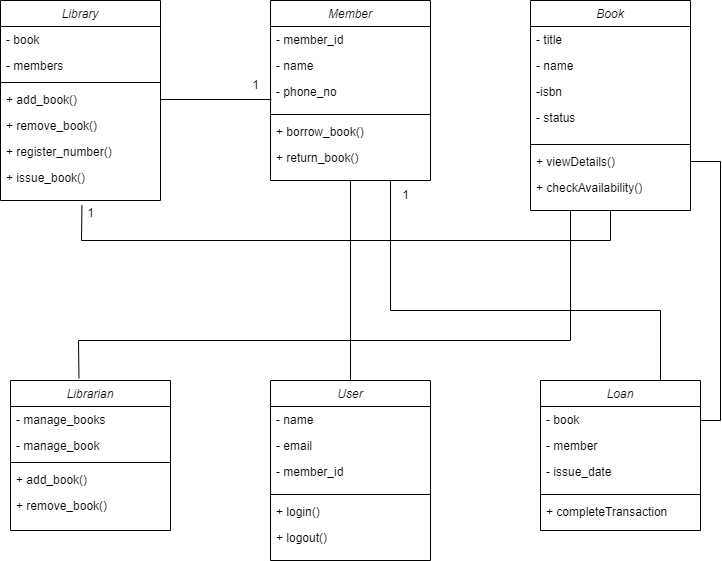
Above: Diagrams/22UG1-0323_ClassDiagram.png in nethmininaduni/LibraryManagementSystem (draw.io), before the change. Source tidied: cells renumbered, new cells last; positions are measured from the earlier drawing's top-left corner, leaving out a move shared by most shapes.
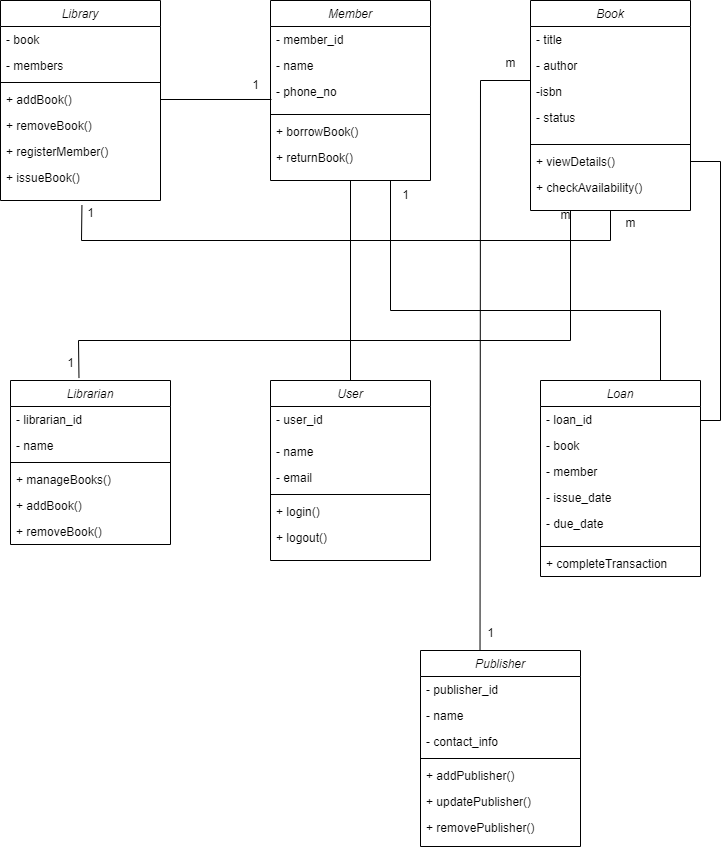
Later version of the same file.

The edit, as a diff of the source:
```diff
@@ -14,16 +14,16 @@
     <mxCell id="5" style="line;html=1;strokeWidth=1;align=left;verticalAlign=middle;spacingTop=-1;spacingLeft=3;spacingRight=3;labelPosition=right;" parent="2" vertex="1">
       <mxGeometry y="78" width="160" height="8" as="geometry" />
     </mxCell>
-    <mxCell id="6" value="+ add_book()" style="text;align=left;verticalAlign=top;spacingLeft=4;spacingRight=4;overflow=hidden;points=[[0,0.5],[1,0.5]];portConstraint=eastwest;" parent="2" vertex="1">
+    <mxCell id="6" value="+ addBook()" style="text;align=left;verticalAlign=top;spacingLeft=4;spacingRight=4;overflow=hidden;points=[[0,0.5],[1,0.5]];portConstraint=eastwest;" parent="2" vertex="1">
       <mxGeometry y="86" width="160" height="26" as="geometry" />
     </mxCell>
-    <mxCell id="7" value="+ remove_book()" style="text;align=left;verticalAlign=top;spacingLeft=4;spacingRight=4;overflow=hidden;" parent="2" vertex="1">
+    <mxCell id="7" value="+ removeBook()" style="text;align=left;verticalAlign=top;spacingLeft=4;spacingRight=4;overflow=hidden;" parent="2" vertex="1">
       <mxGeometry y="112" width="160" height="26" as="geometry" />
     </mxCell>
-    <mxCell id="8" value="+ register_number()" style="text;align=left;verticalAlign=top;spacingLeft=4;spacingRight=4;overflow=hidden;" parent="2" vertex="1">
+    <mxCell id="8" value="+ registerMember()" style="text;align=left;verticalAlign=top;spacingLeft=4;spacingRight=4;overflow=hidden;" parent="2" vertex="1">
       <mxGeometry y="138" width="160" height="26" as="geometry" />
     </mxCell>
-    <mxCell id="9" value="+ issue_book()" style="text;align=left;verticalAlign=top;spacingLeft=4;spacingRight=4;overflow=hidden;points=[[0,0.5],[1,0.5]];portConstraint=eastwest;" parent="2" vertex="1">
+    <mxCell id="9" value="+ issueBook()" style="text;align=left;verticalAlign=top;spacingLeft=4;spacingRight=4;overflow=hidden;points=[[0,0.5],[1,0.5]];portConstraint=eastwest;" parent="2" vertex="1">
       <mxGeometry y="164" width="160" height="36" as="geometry" />
     </mxCell>
     <mxCell id="10" value="Member" style="swimlane;fontStyle=2;align=center;verticalAlign=top;horizontal=1;startSize=26;rounded=0;shadow=0;strokeWidth=1;" parent="1" vertex="1">
@@ -41,10 +41,10 @@
     <mxCell id="14" style="line;html=1;strokeWidth=1;align=left;verticalAlign=middle;spacingTop=-1;spacingLeft=3;spacingRight=3;labelPosition=right;" parent="10" vertex="1">
       <mxGeometry y="110" width="160" height="8" as="geometry" />
     </mxCell>
-    <mxCell id="15" value="+ borrow_book()" style="text;align=left;verticalAlign=top;spacingLeft=4;spacingRight=4;overflow=hidden;" parent="10" vertex="1">
+    <mxCell id="15" value="+ borrowBook()" style="text;align=left;verticalAlign=top;spacingLeft=4;spacingRight=4;overflow=hidden;" parent="10" vertex="1">
       <mxGeometry y="118" width="160" height="26" as="geometry" />
     </mxCell>
-    <mxCell id="16" value="+ return_book()" style="text;align=left;verticalAlign=top;spacingLeft=4;spacingRight=4;overflow=hidden;" parent="10" vertex="1">
+    <mxCell id="16" value="+ returnBook()" style="text;align=left;verticalAlign=top;spacingLeft=4;spacingRight=4;overflow=hidden;" parent="10" vertex="1">
       <mxGeometry y="144" width="160" height="26" as="geometry" />
     </mxCell>
     <mxCell id="17" value="Book" style="swimlane;fontStyle=2;align=center;verticalAlign=top;horizontal=1;startSize=26;rounded=0;shadow=0;strokeWidth=1;" parent="1" vertex="1">
@@ -53,7 +53,7 @@
     <mxCell id="18" value="- title" style="text;align=left;verticalAlign=top;spacingLeft=4;spacingRight=4;overflow=hidden;" parent="17" vertex="1">
       <mxGeometry y="26" width="160" height="26" as="geometry" />
     </mxCell>
-    <mxCell id="19" value="- name" style="text;align=left;verticalAlign=top;spacingLeft=4;spacingRight=4;overflow=hidden;" parent="17" vertex="1">
+    <mxCell id="19" value="- author" style="text;align=left;verticalAlign=top;spacingLeft=4;spacingRight=4;overflow=hidden;" parent="17" vertex="1">
       <mxGeometry y="52" width="160" height="26" as="geometry" />
     </mxCell>
     <mxCell id="20" value="-isbn" style="text;align=left;verticalAlign=top;spacingLeft=4;spacingRight=4;overflow=hidden;" parent="17" vertex="1">
@@ -72,35 +72,38 @@
       <mxGeometry y="174" width="160" height="26" as="geometry" />
     </mxCell>
     <mxCell id="25" value="Librarian" style="swimlane;fontStyle=2;align=center;verticalAlign=top;horizontal=1;startSize=26;rounded=0;shadow=0;strokeWidth=1;" parent="1" vertex="1">
-      <mxGeometry x="10" y="380" width="160" height="150" as="geometry" />
+      <mxGeometry x="10" y="380" width="160" height="164" as="geometry" />
     </mxCell>
-    <mxCell id="26" value="- manage_books" style="text;align=left;verticalAlign=top;spacingLeft=4;spacingRight=4;overflow=hidden;" parent="25" vertex="1">
+    <mxCell id="26" value="- librarian_id" style="text;align=left;verticalAlign=top;spacingLeft=4;spacingRight=4;overflow=hidden;" parent="25" vertex="1">
       <mxGeometry y="26" width="160" height="26" as="geometry" />
     </mxCell>
-    <mxCell id="27" value="- manage_book" style="text;align=left;verticalAlign=top;spacingLeft=4;spacingRight=4;overflow=hidden;" parent="25" vertex="1">
+    <mxCell id="27" value="- name" style="text;align=left;verticalAlign=top;spacingLeft=4;spacingRight=4;overflow=hidden;" parent="25" vertex="1">
       <mxGeometry y="52" width="160" height="26" as="geometry" />
     </mxCell>
     <mxCell id="28" style="line;html=1;strokeWidth=1;align=left;verticalAlign=middle;spacingTop=-1;spacingLeft=3;spacingRight=3;labelPosition=right;" parent="25" vertex="1">
       <mxGeometry y="78" width="160" height="8" as="geometry" />
     </mxCell>
+    <mxCell id="53" value="+ manageBooks()" style="text;align=left;verticalAlign=top;spacingLeft=4;spacingRight=4;overflow=hidden;" parent="25" vertex="1">
+      <mxGeometry y="86" width="160" height="26" as="geometry" />
+    </mxCell>
-    <mxCell id="29" value="+ add_book()" style="text;align=left;verticalAlign=top;spacingLeft=4;spacingRight=4;overflow=hidden;" parent="25" vertex="1">
-      <mxGeometry y="86" width="160" height="26" as="geometry" />
+    <mxCell id="29" value="+ addBook()" style="text;align=left;verticalAlign=top;spacingLeft=4;spacingRight=4;overflow=hidden;" parent="25" vertex="1">
+      <mxGeometry y="112" width="160" height="26" as="geometry" />
     </mxCell>
-    <mxCell id="30" value="+ remove_book()" style="text;align=left;verticalAlign=top;spacingLeft=4;spacingRight=4;overflow=hidden;" parent="25" vertex="1">
-      <mxGeometry y="112" width="160" height="26" as="geometry" />
+    <mxCell id="30" value="+ removeBook()" style="text;align=left;verticalAlign=top;spacingLeft=4;spacingRight=4;overflow=hidden;" parent="25" vertex="1">
+      <mxGeometry y="138" width="160" height="26" as="geometry" />
     </mxCell>
     <mxCell id="31" value="User" style="swimlane;fontStyle=2;align=center;verticalAlign=top;horizontal=1;startSize=26;rounded=0;shadow=0;strokeWidth=1;" parent="1" vertex="1">
       <mxGeometry x="270" y="380" width="160" height="180" as="geometry" />
     </mxCell>
+    <mxCell id="54" value="- user_id" style="text;align=left;verticalAlign=top;spacingLeft=4;spacingRight=4;overflow=hidden;rounded=0;shadow=0;html=0;" parent="31" vertex="1">
+      <mxGeometry y="26" width="160" height="32" as="geometry" />
+    </mxCell>
     <mxCell id="32" value="- name" style="text;align=left;verticalAlign=top;spacingLeft=4;spacingRight=4;overflow=hidden;" parent="31" vertex="1">
-      <mxGeometry y="26" width="160" height="26" as="geometry" />
+      <mxGeometry y="58" width="160" height="26" as="geometry" />
     </mxCell>
     <mxCell id="33" value="- email" style="text;align=left;verticalAlign=top;spacingLeft=4;spacingRight=4;overflow=hidden;" parent="31" vertex="1">
-      <mxGeometry y="52" width="160" height="26" as="geometry" />
+      <mxGeometry y="84" width="160" height="26" as="geometry" />
     </mxCell>
-    <mxCell id="34" value="- member_id" style="text;align=left;verticalAlign=top;spacingLeft=4;spacingRight=4;overflow=hidden;rounded=0;shadow=0;html=0;" parent="31" vertex="1">
-      <mxGeometry y="78" width="160" height="32" as="geometry" />
-    </mxCell>
     <mxCell id="35" style="line;html=1;strokeWidth=1;align=left;verticalAlign=middle;spacingTop=-1;spacingLeft=3;spacingRight=3;labelPosition=right;" parent="31" vertex="1">
       <mxGeometry y="110" width="160" height="8" as="geometry" />
     </mxCell>
@@ -111,22 +114,28 @@
       <mxGeometry y="144" width="160" height="26" as="geometry" />
     </mxCell>
     <mxCell id="38" value="Loan" style="swimlane;fontStyle=2;align=center;verticalAlign=top;horizontal=1;startSize=26;rounded=0;shadow=0;strokeWidth=1;" parent="1" vertex="1">
-      <mxGeometry x="540" y="380" width="160" height="150" as="geometry" />
+      <mxGeometry x="540" y="380" width="160" height="196" as="geometry" />
     </mxCell>
-    <mxCell id="39" value="- book" style="text;align=left;verticalAlign=top;spacingLeft=4;spacingRight=4;overflow=hidden;" parent="38" vertex="1">
+    <mxCell id="39" value="- loan_id" style="text;align=left;verticalAlign=top;spacingLeft=4;spacingRight=4;overflow=hidden;" parent="38" vertex="1">
       <mxGeometry y="26" width="160" height="26" as="geometry" />
     </mxCell>
+    <mxCell id="55" value="- book" style="text;align=left;verticalAlign=top;spacingLeft=4;spacingRight=4;overflow=hidden;" parent="38" vertex="1">
+      <mxGeometry y="52" width="160" height="26" as="geometry" />
+    </mxCell>
+    <mxCell id="56" value="- member" style="text;align=left;verticalAlign=top;spacingLeft=4;spacingRight=4;overflow=hidden;" parent="38" vertex="1">
+      <mxGeometry y="78" width="160" height="26" as="geometry" />
+    </mxCell>
-    <mxCell id="40" value="- member" style="text;align=left;verticalAlign=top;spacingLeft=4;spacingRight=4;overflow=hidden;" parent="38" vertex="1">
-      <mxGeometry y="52" width="160" height="26" as="geometry" />
+    <mxCell id="40" value="- issue_date" style="text;align=left;verticalAlign=top;spacingLeft=4;spacingRight=4;overflow=hidden;" parent="38" vertex="1">
+      <mxGeometry y="104" width="160" height="26" as="geometry" />
     </mxCell>
-    <mxCell id="41" value="- issue_date" style="text;align=left;verticalAlign=top;spacingLeft=4;spacingRight=4;overflow=hidden;rounded=0;shadow=0;html=0;" parent="38" vertex="1">
-      <mxGeometry y="78" width="160" height="32" as="geometry" />
+    <mxCell id="41" value="- due_date" style="text;align=left;verticalAlign=top;spacingLeft=4;spacingRight=4;overflow=hidden;rounded=0;shadow=0;html=0;" parent="38" vertex="1">
+      <mxGeometry y="130" width="160" height="32" as="geometry" />
     </mxCell>
     <mxCell id="42" style="line;html=1;strokeWidth=1;align=left;verticalAlign=middle;spacingTop=-1;spacingLeft=3;spacingRight=3;labelPosition=right;" parent="38" vertex="1">
-      <mxGeometry y="110" width="160" height="8" as="geometry" />
+      <mxGeometry y="162" width="160" height="8" as="geometry" />
     </mxCell>
     <mxCell id="43" value="+ completeTransaction" style="text;align=left;verticalAlign=top;spacingLeft=4;spacingRight=4;overflow=hidden;" parent="38" vertex="1">
-      <mxGeometry y="118" width="160" height="26" as="geometry" />
+      <mxGeometry y="170" width="160" height="26" as="geometry" />
     </mxCell>
     <mxCell id="44" style="endArrow=none;html=1;rounded=0;exitX=0.509;exitY=1.129;exitDx=0;exitDy=0;exitPerimeter=0;entryX=0.5;entryY=1;entryDx=0;entryDy=0;" parent="1" edge="1" source="9" target="17">
       <mxGeometry relative="1" as="geometry">
@@ -176,5 +185,52 @@
     <mxCell id="52" value="1" style="text;html=1;align=center;verticalAlign=middle;strokeColor=none;fillColor=none;" parent="1" vertex="1">
       <mxGeometry x="390" y="180" width="30" height="30" as="geometry" />
     </mxCell>
+    <mxCell id="57" value="Publisher" style="swimlane;fontStyle=2;align=center;verticalAlign=top;horizontal=1;startSize=26;rounded=0;shadow=0;strokeWidth=1;" parent="1" vertex="1">
+      <mxGeometry x="420" y="650" width="160" height="196" as="geometry" />
+    </mxCell>
+    <mxCell id="58" value="- publisher_id" style="text;align=left;verticalAlign=top;spacingLeft=4;spacingRight=4;overflow=hidden;" parent="57" vertex="1">
+      <mxGeometry y="26" width="160" height="26" as="geometry" />
+    </mxCell>
+    <mxCell id="59" value="- name" style="text;align=left;verticalAlign=top;spacingLeft=4;spacingRight=4;overflow=hidden;" parent="57" vertex="1">
+      <mxGeometry y="52" width="160" height="26" as="geometry" />
+    </mxCell>
+    <mxCell id="60" value="- contact_info" style="text;align=left;verticalAlign=top;spacingLeft=4;spacingRight=4;overflow=hidden;" parent="57" vertex="1">
+      <mxGeometry y="78" width="160" height="26" as="geometry" />
+    </mxCell>
+    <mxCell id="61" style="line;html=1;strokeWidth=1;align=left;verticalAlign=middle;spacingTop=-1;spacingLeft=3;spacingRight=3;labelPosition=right;" parent="57" vertex="1">
+      <mxGeometry y="104" width="160" height="8" as="geometry" />
+    </mxCell>
+    <mxCell id="62" value="+ addPublisher()" style="text;align=left;verticalAlign=top;spacingLeft=4;spacingRight=4;overflow=hidden;" parent="57" vertex="1">
+      <mxGeometry y="112" width="160" height="26" as="geometry" />
+    </mxCell>
+    <mxCell id="63" value="+ updatePublisher()" style="text;align=left;verticalAlign=top;spacingLeft=4;spacingRight=4;overflow=hidden;" parent="57" vertex="1">
+      <mxGeometry y="138" width="160" height="26" as="geometry" />
+    </mxCell>
+    <mxCell id="64" value="+ removePublisher()" style="text;align=left;verticalAlign=top;spacingLeft=4;spacingRight=4;overflow=hidden;" parent="57" vertex="1">
+      <mxGeometry y="164" width="160" height="26" as="geometry" />
+    </mxCell>
+    <mxCell id="65" style="endArrow=none;html=1;rounded=0;exitX=0.372;exitY=-0.005;exitDx=0;exitDy=0;exitPerimeter=0;" parent="1" edge="1" source="57">
+      <mxGeometry relative="1" as="geometry">
+        <mxPoint x="530" y="80" as="targetPoint" />
+        <Array as="points">
+          <mxPoint x="480" y="80" />
+        </Array>
+      </mxGeometry>
+    </mxCell>
+    <mxCell id="66" value="1" style="text;html=1;align=center;verticalAlign=middle;strokeColor=none;fillColor=none;" parent="1" vertex="1">
+      <mxGeometry x="475" y="618" width="30" height="30" as="geometry" />
+    </mxCell>
+    <mxCell id="67" value="m" style="text;html=1;align=center;verticalAlign=middle;strokeColor=none;fillColor=none;" parent="1" vertex="1">
+      <mxGeometry x="495" y="48" width="30" height="30" as="geometry" />
+    </mxCell>
+    <mxCell id="68" value="m" style="text;html=1;align=center;verticalAlign=middle;strokeColor=none;fillColor=none;" parent="1" vertex="1">
+      <mxGeometry x="615" y="208" width="30" height="30" as="geometry" />
+    </mxCell>
+    <mxCell id="69" value="1" style="text;html=1;align=center;verticalAlign=middle;strokeColor=none;fillColor=none;" parent="1" vertex="1">
+      <mxGeometry x="55" y="348" width="30" height="30" as="geometry" />
+    </mxCell>
+    <mxCell id="70" value="m" style="text;html=1;align=center;verticalAlign=middle;strokeColor=none;fillColor=none;" parent="1" vertex="1">
+      <mxGeometry x="550" y="200" width="30" height="30" as="geometry" />
+    </mxCell>
   </root>
 </mxGraphModel>
```
